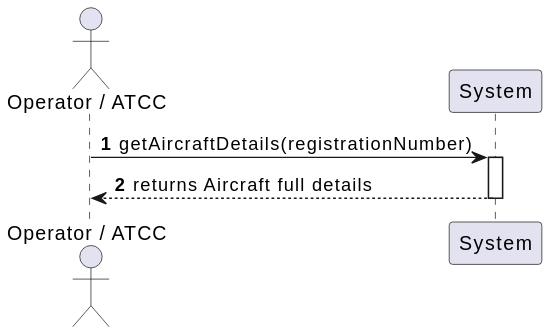
Above: docs/system-documentation/use-cases/WP1A/US103/svg/ssd_us103.svg in VascoMagolo/psoft_1231562_1241692_1242036_2db (PlantUML), before the change. Its diagram source:
```plantuml
@startuml
autonumber
actor "Operator / ATCC" as Actor
participant "System" as Sys

Actor -> Sys : getAircraftDetails(registrationNumber)
activate Sys
Sys --> Actor : returns Aircraft full details
deactivate Sys
@enduml
```
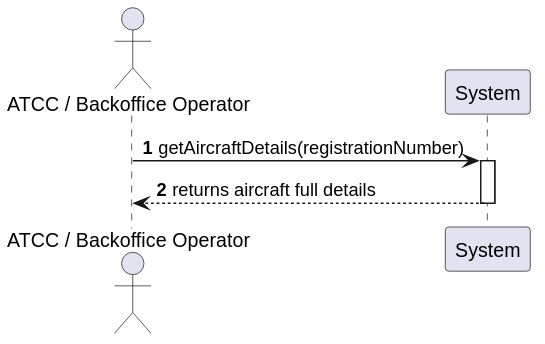
The same diagram one commit later.

What changed in the source:
```diff
@@ -1,10 +1,9 @@
 @startuml
 autonumber
-actor "Operator / ATCC" as Actor
+actor "ATCC / Backoffice Operator" as Actor
 participant "System" as Sys
-
 Actor -> Sys : getAircraftDetails(registrationNumber)
 activate Sys
-Sys --> Actor : returns Aircraft full details
+Sys --> Actor : returns aircraft full details
 deactivate Sys
 @enduml
```
